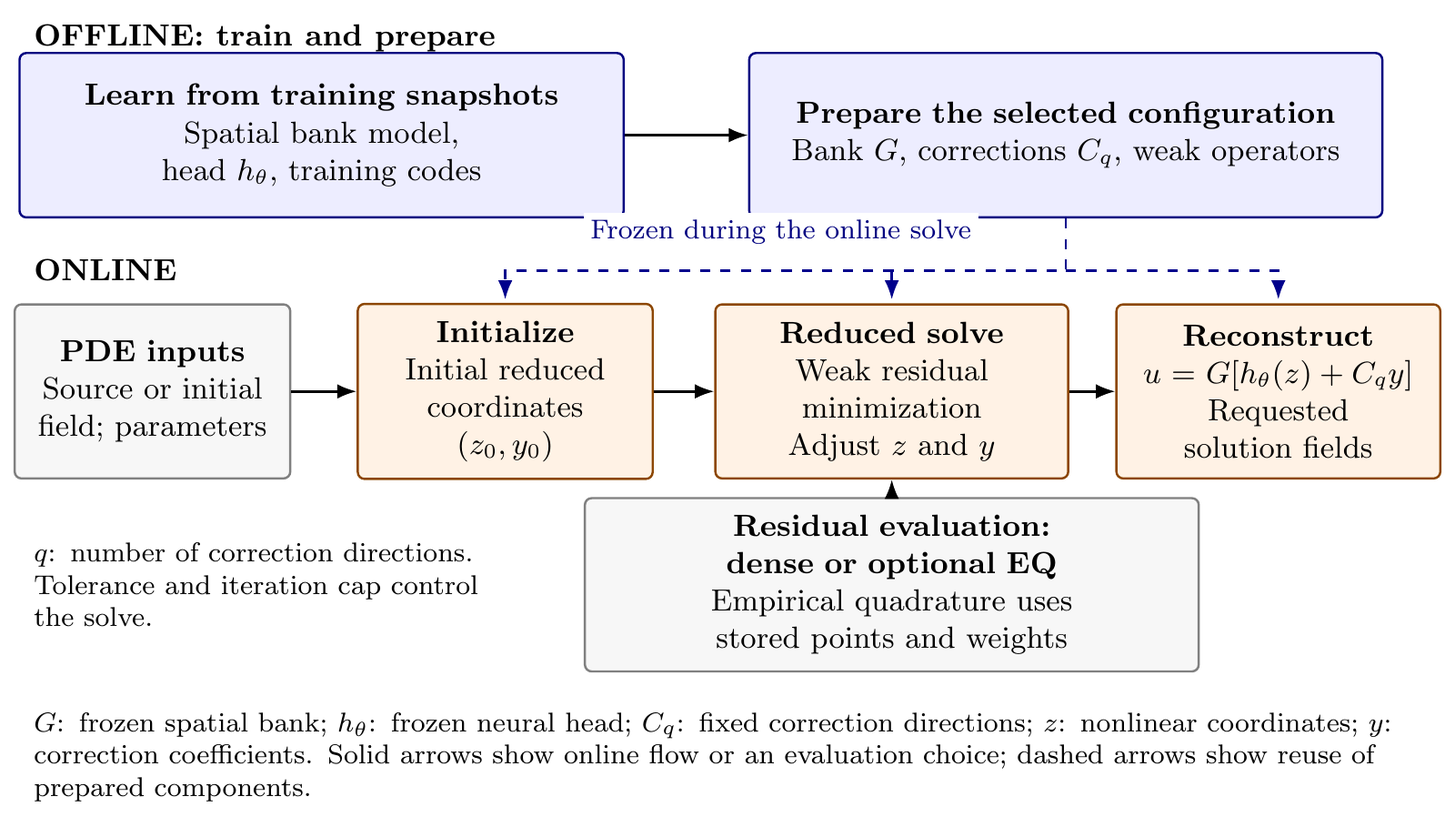
This is paper/figures/architecture.png from tahmidawal/Tunable-NM-ROM, a Mermaid export, as it was before one commit. Its source is kept beside it as paper/figures/architecture.mmd.
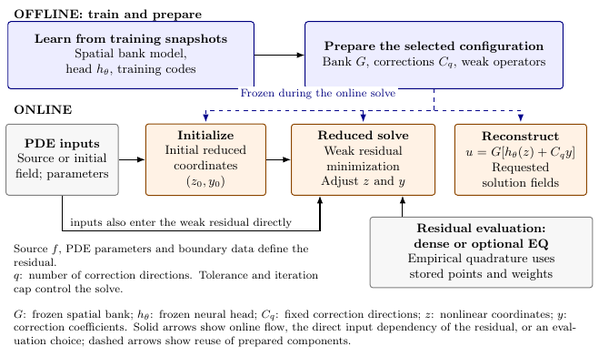
After the change.

Commit message:
Method diagram: draw the direct input dependency of the weak residual

Change to the diagram source:
```diff
@@ -12,6 +12,7 @@
     SOLVE["Reduced solve<br/>Weak residual minimization<br/>Adjust z and y"]
     OUTPUT["Reconstruct<br/>u = G[h(z) + C_q y]<br/>Requested solution fields"]
     INPUT --> INIT --> SOLVE --> OUTPUT
+    INPUT -->|"inputs also enter the weak residual directly<br/>source f, PDE parameters, boundary data"| SOLVE
   end
   PREP -.-> INIT
   PREP -.-> SOLVE
```
